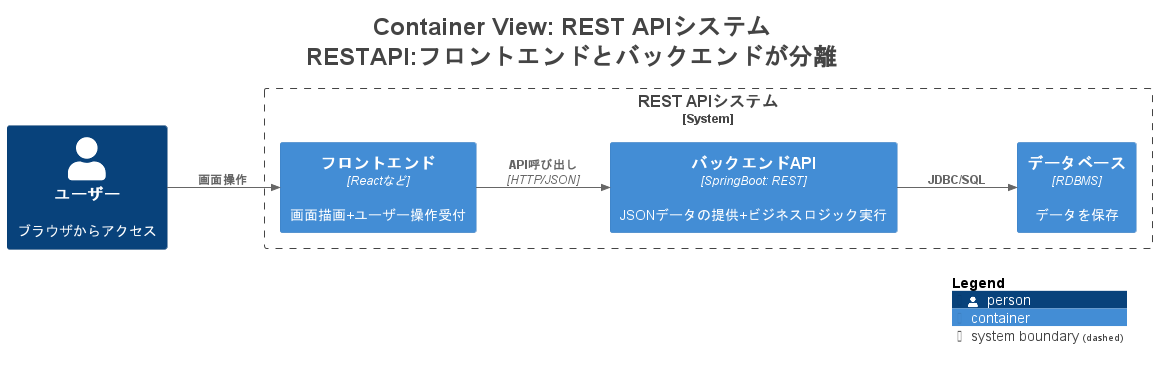
The PlantUML diagram images/understanding-ssr-vs-restapi/structurizr-RESTAPI-ContainerDiagram.png in kyoya-msi/zenn-content, before a commit.
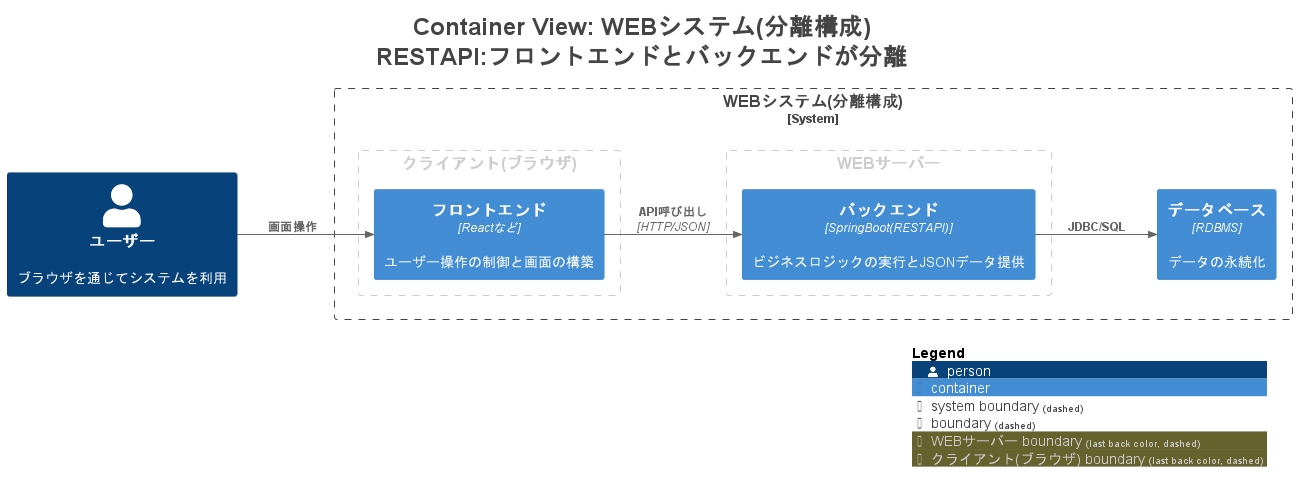
After the change.

Diff of the diagram source:
```diff
@@ -1,5 +1,5 @@
 @startuml
-title <size:24>Container View: REST APIシステム</size>\n<size:24>RESTAPI:フロントエンドとバックエンドが分離</size>
+title <size:24>Container View: WEBシステム(分離構成)</size>\n<size:24>RESTAPI:フロントエンドとバックエンドが分離</size>
 
 set separator none
 left to right direction
@@ -15,17 +15,25 @@
 !include <C4/C4_Context>
 !include <C4/C4_Container>
 
-Person(ユーザー, "ユーザー", $descr="ブラウザからアクセス", $tags="", $link="")
+Person(ユーザー, "ユーザー", $descr="ブラウザを通じてシステムを利用", $tags="", $link="")
 
-System_Boundary("RESTAPIシステム_boundary", "REST APIシステム", $tags="") {
-  Container(RESTAPIシステム.フロントエンド, "フロントエンド", $techn="Reactなど", $descr="画面描画+ユーザー操作受付", $tags="", $link="")
-  Container(RESTAPIシステム.バックエンドAPI, "バックエンドAPI", $techn="SpringBoot: REST", $descr="JSONデータの提供+ビジネスロジック実行", $tags="", $link="")
-  Container(RESTAPIシステム.データベース, "データベース", $techn="RDBMS", $descr="データを保存", $tags="", $link="")
+System_Boundary("WEBシステム分離構成_boundary", "WEBシステム(分離構成)", $tags="") {
+  AddBoundaryTag("WEBサーバー", $borderColor="#cccccc", $fontColor="#cccccc", $borderStyle="dashed")
+  Boundary(group_1, "WEBサーバー", $tags="WEBサーバー") {
+    Container(WEBシステム分離構成.バックエンド, "バックエンド", $techn="SpringBoot(RESTAPI)", $descr="ビジネスロジックの実行とJSONデータ提供", $tags="", $link="")
+  }
+
+  AddBoundaryTag("クライアント(ブラウザ)", $borderColor="#cccccc", $fontColor="#cccccc", $borderStyle="dashed")
+  Boundary(group_2, "クライアント(ブラウザ)", $tags="クライアント(ブラウザ)") {
+    Container(WEBシステム分離構成.フロントエンド, "フロントエンド", $techn="Reactなど", $descr="ユーザー操作の制御と画面の構築", $tags="", $link="")
+  }
+
+  Container(WEBシステム分離構成.データベース, "データベース", $techn="RDBMS", $descr="データの永続化", $tags="", $link="")
 }
 
-Rel(ユーザー, RESTAPIシステム.フロントエンド, "画面操作", $techn="", $tags="", $link="")
-Rel(RESTAPIシステム.フロントエンド, RESTAPIシステム.バックエンドAPI, "API呼び出し", $techn="HTTP/JSON", $tags="", $link="")
-Rel(RESTAPIシステム.バックエンドAPI, RESTAPIシステム.データベース, "JDBC/SQL", $techn="", $tags="", $link="")
+Rel(ユーザー, WEBシステム分離構成.フロントエンド, "画面操作", $techn="", $tags="", $link="")
+Rel(WEBシステム分離構成.フロントエンド, WEBシステム分離構成.バックエンド, "API呼び出し", $techn="HTTP/JSON", $tags="", $link="")
+Rel(WEBシステム分離構成.バックエンド, WEBシステム分離構成.データベース, "JDBC/SQL", $techn="", $tags="", $link="")
 
 SHOW_LEGEND(true)
 hide stereotypes
```
